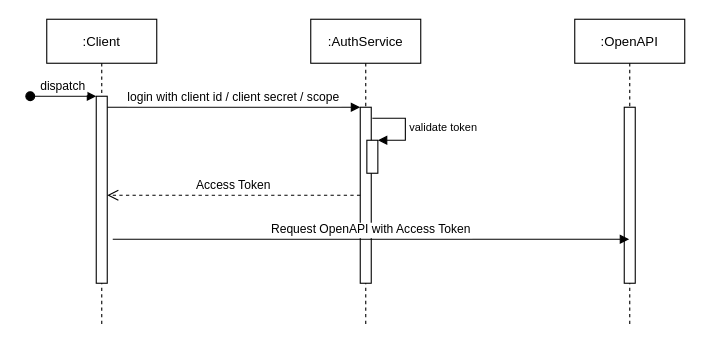
ndhcoder/my-configs keeps this draw.io diagram as TCBS_Credentials_Flow.drawio. Above is the earlier version. Source tidied: cells renumbered, new cells numbered last; positions are measured from the earlier drawing's top-left corner, leaving out a move shared by most shapes. Both pictures are drawn from the tidied source at 110%, with x=0, y=0 at pixel (30, 19).
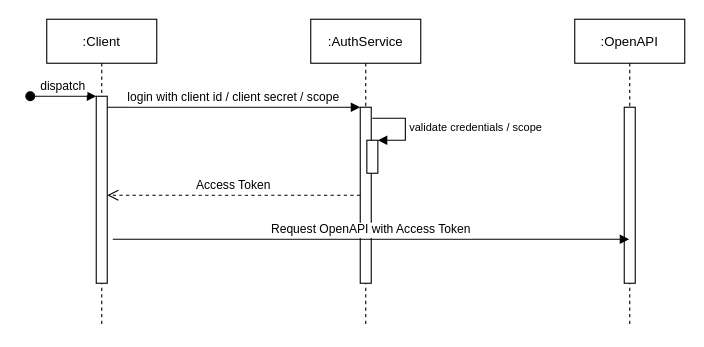
The same page after the edit.

What changed in the source:
```diff
@@
 <mxGraphModel>
   <root>
     <mxCell id="0" />
     <mxCell id="1" parent="0" />
     <mxCell id="2" value=":Client" style="shape=umlLifeline;perimeter=lifelinePerimeter;rounded=0;shadow=0;strokeWidth=1;" parent="1" vertex="1">
       <mxGeometry x="15" width="100" height="280" as="geometry" />
     </mxCell>
     <mxCell id="3" style="points=[];perimeter=orthogonalPerimeter;rounded=0;shadow=0;strokeWidth=1;" parent="2" vertex="1">
       <mxGeometry x="45" y="70" width="10" height="170" as="geometry" />
     </mxCell>
     <mxCell id="4" value="dispatch" style="verticalAlign=bottom;startArrow=oval;endArrow=block;startSize=8;shadow=0;strokeWidth=1;" parent="2" edge="1" target="3">
       <mxGeometry relative="1" as="geometry">
         <mxPoint x="-15" y="70" as="sourcePoint" />
       </mxGeometry>
     </mxCell>
     <mxCell id="5" value=":AuthService" style="shape=umlLifeline;perimeter=lifelinePerimeter;rounded=0;shadow=0;strokeWidth=1;" parent="1" vertex="1">
       <mxGeometry x="255" width="100" height="280" as="geometry" />
     </mxCell>
     <mxCell id="6" style="points=[];perimeter=orthogonalPerimeter;rounded=0;shadow=0;strokeWidth=1;" parent="5" vertex="1">
       <mxGeometry x="45" y="80" width="10" height="160" as="geometry" />
     </mxCell>
     <mxCell id="7" style="html=1;points=[];perimeter=orthogonalPerimeter;fontSize=10;" parent="5" vertex="1">
       <mxGeometry x="51" y="110" width="10" height="30" as="geometry" />
     </mxCell>
-    <mxCell id="8" value="validate token" style="edgeStyle=orthogonalEdgeStyle;html=1;align=left;spacingLeft=2;endArrow=block;rounded=0;entryX=1;entryY=0;fontSize=10;" parent="5" edge="1" target="7">
+    <mxCell id="8" value="validate credentials / scope&amp;nbsp;" style="edgeStyle=orthogonalEdgeStyle;html=1;align=left;spacingLeft=2;endArrow=block;rounded=0;entryX=1;entryY=0;fontSize=10;" parent="5" edge="1" target="7">
       <mxGeometry relative="1" as="geometry">
         <mxPoint x="56" y="90" as="sourcePoint" />
         <Array as="points">
           <mxPoint x="86" y="90" />
         </Array>
       </mxGeometry>
     </mxCell>
     <mxCell id="9" value="Access Token" style="verticalAlign=bottom;endArrow=open;dashed=1;endSize=8;exitX=0;exitY=0.95;shadow=0;strokeWidth=1;" parent="1" edge="1">
       <mxGeometry relative="1" as="geometry">
         <mxPoint x="300" y="160" as="sourcePoint" />
         <mxPoint x="70" y="160" as="targetPoint" />
       </mxGeometry>
     </mxCell>
     <mxCell id="10" value="login with client id / client secret / scope" style="verticalAlign=bottom;endArrow=block;entryX=0;entryY=0;shadow=0;strokeWidth=1;" parent="1" edge="1" source="3" target="6">
       <mxGeometry relative="1" as="geometry" />
     </mxCell>
     <mxCell id="11" value=":OpenAPI" style="shape=umlLifeline;perimeter=lifelinePerimeter;rounded=0;shadow=0;strokeWidth=1;" parent="1" vertex="1">
       <mxGeometry x="495" width="100" height="280" as="geometry" />
     </mxCell>
     <mxCell id="12" style="perimeter=orthogonalPerimeter;rounded=0;shadow=0;strokeWidth=1;" parent="11" vertex="1">
       <mxGeometry x="45" y="80" width="10" height="160" as="geometry" />
     </mxCell>
     <mxCell id="13" value="Request OpenAPI with Access Token" style="verticalAlign=bottom;endArrow=block;shadow=0;strokeWidth=1;" parent="1" edge="1" target="11">
       <mxGeometry relative="1" as="geometry">
         <mxPoint x="75" y="200" as="sourcePoint" />
       </mxGeometry>
     </mxCell>
   </root>
 </mxGraphModel>
```
